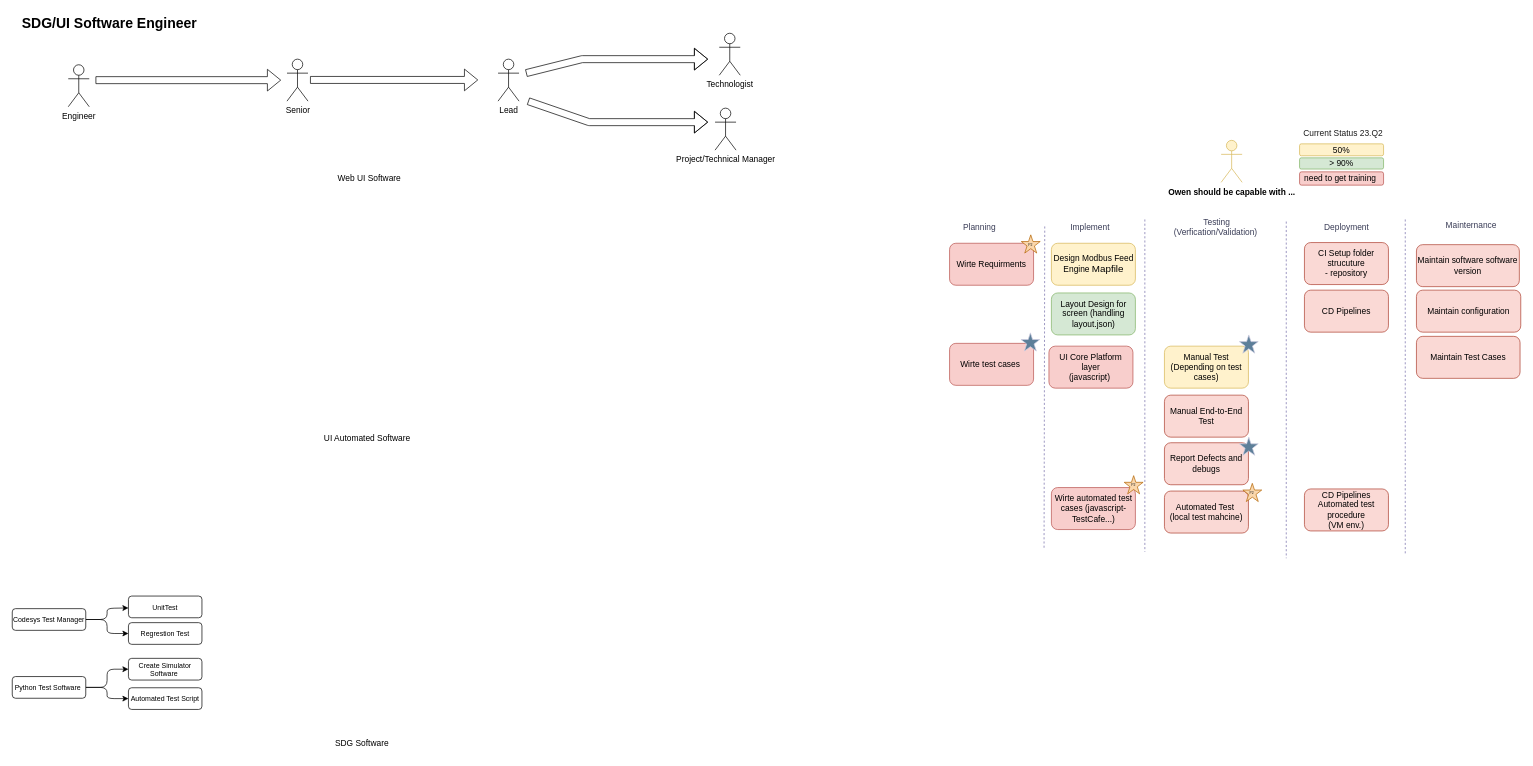
The draw.io diagram page "SDG/UI" (3 of 5) of CareerWorkShop.drawio in EdwardsKorea/CommonDrawIO, before the edit. Source tidied: cells renumbered, new cells numbered last; positions are measured from the earlier drawing's top-left corner, leaving out a move shared by most shapes. Both pictures are drawn from the tidied source at 70%, with x=0, y=0 at pixel (12, 12).
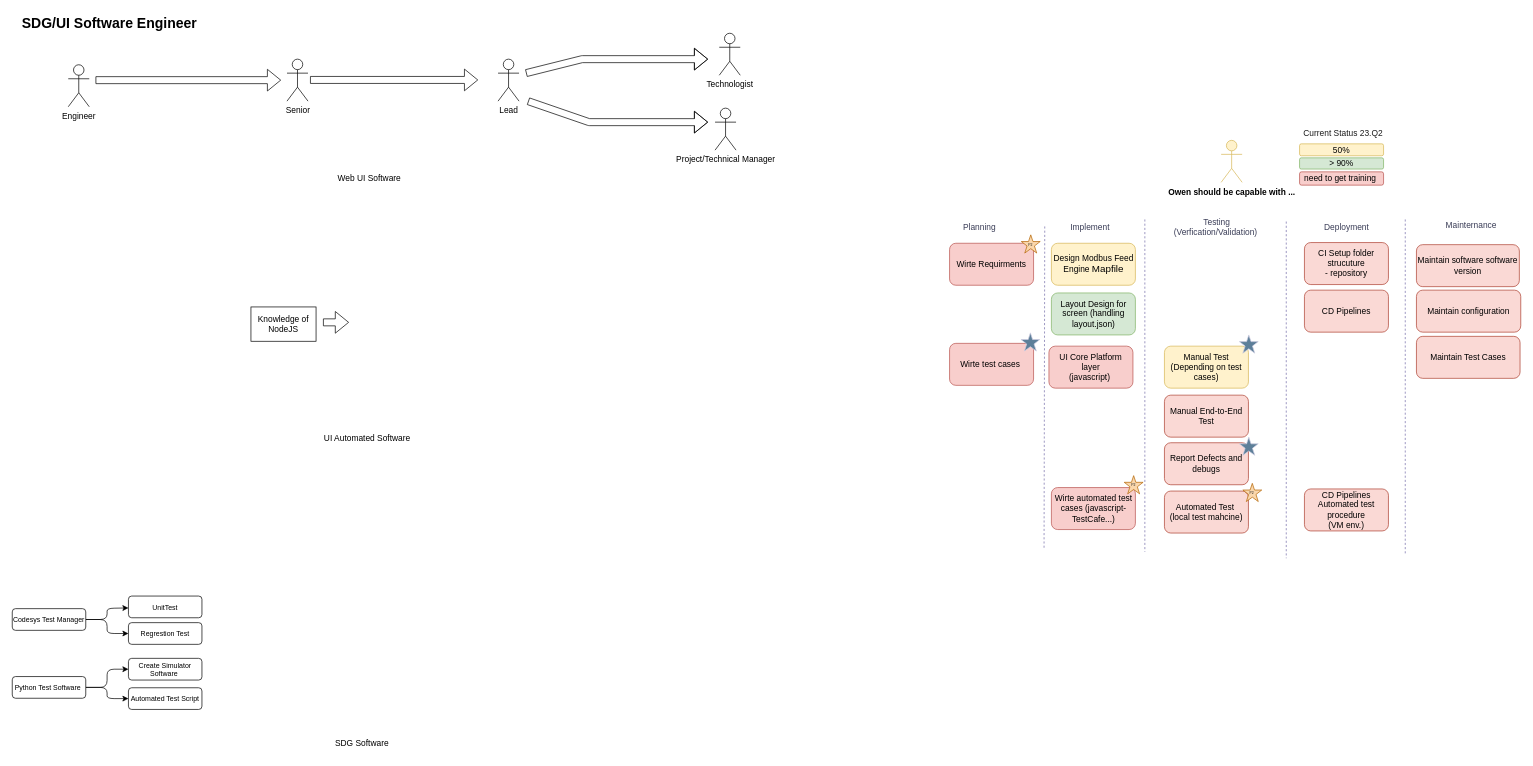
Above is the later version.

Diff of the diagram source:
```diff
@@
+    <mxCell id="67" value="Knowledge of NodeJS" style="rounded=0;whiteSpace=wrap;html=1;" parent="1" vertex="1">
+      <mxGeometry x="341" y="421" width="93" height="49" as="geometry" />
+    </mxCell>
+    <mxCell id="68" style="shape=flexArrow;endArrow=classic;html=1;rounded=0;" parent="1" edge="1">
+      <mxGeometry relative="1" as="geometry">
+        <mxPoint x="444" y="443" as="sourcePoint" />
+        <mxPoint x="481" y="443" as="targetPoint" />
+      </mxGeometry>
+    </mxCell>
```
